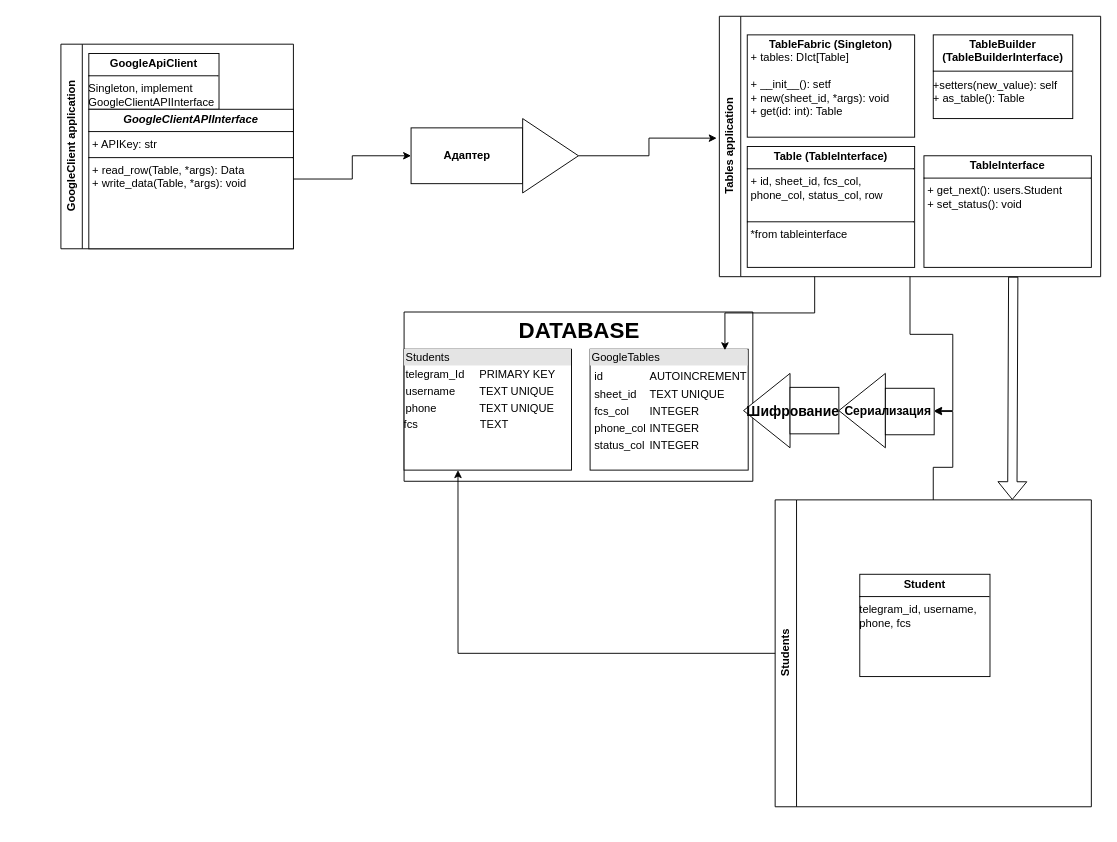
Before: Диаграмма без названия.drawio in 1Corporation/CodeFuturePhonesBank, a draw.io diagram. Source tidied: cells renumbered, new cells numbered last; positions are measured from the earlier drawing's top-left corner, leaving out a move shared by most shapes. Both pictures are drawn from the tidied source at 93%, with x=0, y=0 at pixel (60, 16).
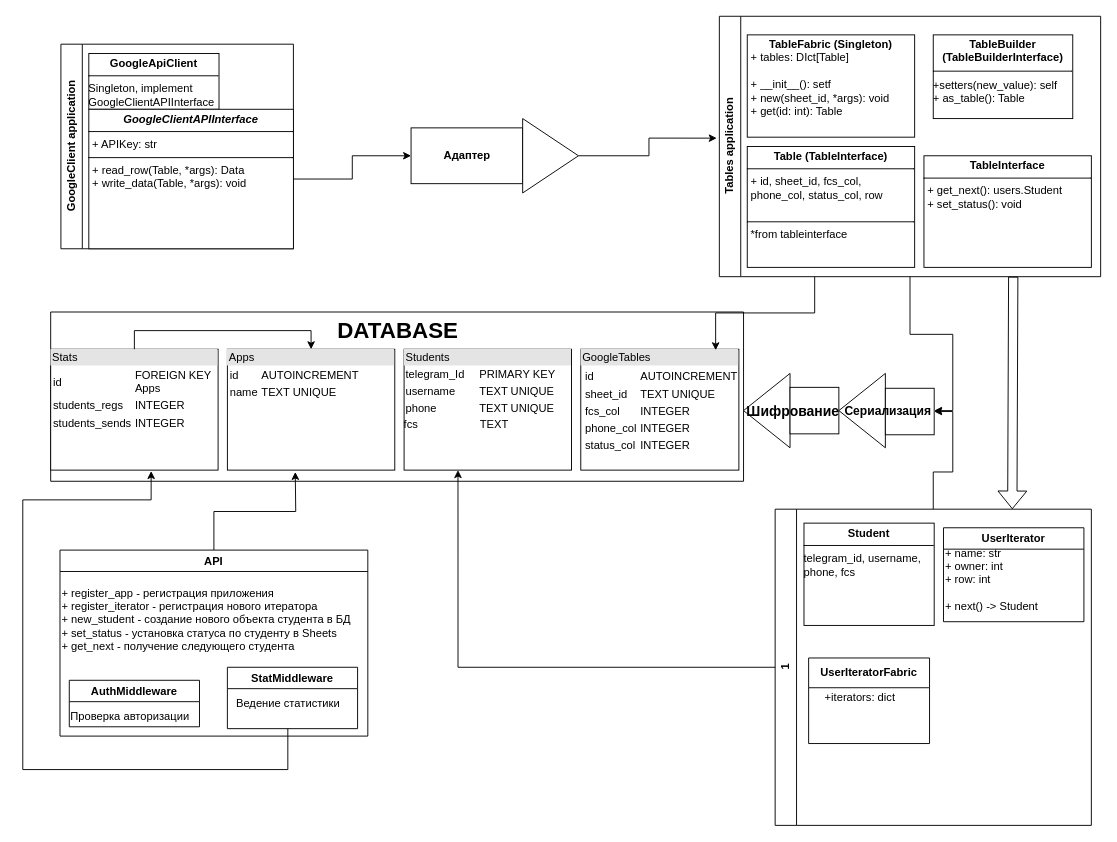
Above is the later version.

Change to the diagram source:
```diff
@@
     <mxCell id="2" style="swimlane;startSize=0;fontSize=17;" parent="1" vertex="1">
-      <mxGeometry x="369" y="318" width="375" height="182" as="geometry" />
+      <mxGeometry x="-11" y="318" width="745" height="182" as="geometry" />
     </mxCell>
     <mxCell id="3" value="&lt;b&gt;&lt;font style=&quot;font-size: 24px;&quot;&gt;DATABASE&lt;/font&gt;&lt;/b&gt;" style="text;html=1;align=center;verticalAlign=middle;strokeColor=none;fillColor=none;" parent="2" vertex="1">
-      <mxGeometry x="112.5" width="150" height="40" as="geometry" />
+      <mxGeometry x="297.5" width="150" height="40" as="geometry" />
     </mxCell>
     <mxCell id="4" value="&lt;div style=&quot;box-sizing:border-box;width:100%;background:#e4e4e4;padding:2px;&quot;&gt;Students&lt;/div&gt;&lt;table style=&quot;width:100%;font-size:1em;&quot; cellpadding=&quot;2&quot; cellspacing=&quot;0&quot;&gt;&lt;tbody&gt;&lt;tr&gt;&lt;td&gt;telegram_Id&lt;/td&gt;&lt;td&gt;PRIMARY KEY&lt;/td&gt;&lt;/tr&gt;&lt;tr&gt;&lt;td&gt;username&lt;/td&gt;&lt;td&gt;TEXT UNIQUE&lt;/td&gt;&lt;/tr&gt;&lt;tr&gt;&lt;td&gt;phone&lt;/td&gt;&lt;td&gt;TEXT UNIQUE&lt;br&gt;&lt;/td&gt;&lt;/tr&gt;&lt;/tbody&gt;&lt;/table&gt;fcs&amp;nbsp; &amp;nbsp; &amp;nbsp; &amp;nbsp; &amp;nbsp; &amp;nbsp; &amp;nbsp; &amp;nbsp; &amp;nbsp; &amp;nbsp; TEXT" style="verticalAlign=top;align=left;overflow=fill;html=1;whiteSpace=wrap;" parent="2" vertex="1">
-      <mxGeometry y="40" width="180" height="130" as="geometry" />
+      <mxGeometry x="380" y="40" width="180" height="130" as="geometry" />
     </mxCell>
     <mxCell id="5" value="&lt;div style=&quot;box-sizing:border-box;width:100%;background:#e4e4e4;padding:2px;&quot;&gt;GoogleTables&lt;/div&gt;&lt;table style=&quot;width:100%;font-size:1em;&quot; cellpadding=&quot;2&quot; cellspacing=&quot;0&quot;&gt;&lt;tbody&gt;&lt;tr&gt;&lt;td&gt;&lt;table&gt;&lt;tbody&gt;&lt;tr&gt;&lt;td&gt;id&lt;/td&gt;&lt;td&gt;AUTOINCREMENT&lt;/td&gt;&lt;/tr&gt;&lt;tr&gt;&lt;td&gt;sheet_id&lt;/td&gt;&lt;td&gt;TEXT UNIQUE&lt;/td&gt;&lt;/tr&gt;&lt;tr&gt;&lt;td&gt;fcs_col&lt;/td&gt;&lt;td&gt;INTEGER&lt;/td&gt;&lt;/tr&gt;&lt;tr&gt;&lt;td&gt;phone_col&lt;/td&gt;&lt;td&gt;INTEGER&lt;/td&gt;&lt;/tr&gt;&lt;tr&gt;&lt;td&gt;status_col&lt;/td&gt;&lt;td&gt;INTEGER&lt;/td&gt;&lt;/tr&gt;&lt;/tbody&gt;&lt;/table&gt;&lt;br&gt;&lt;/td&gt;&lt;td&gt;&lt;/td&gt;&lt;/tr&gt;&lt;tr&gt;&lt;td&gt;&lt;/td&gt;&lt;td&gt;&lt;br&gt;&lt;/td&gt;&lt;/tr&gt;&lt;/tbody&gt;&lt;/table&gt;" style="verticalAlign=top;align=left;overflow=fill;html=1;whiteSpace=wrap;" parent="2" vertex="1">
-      <mxGeometry x="200" y="40" width="170" height="130" as="geometry" />
+      <mxGeometry x="570" y="40" width="170" height="130" as="geometry" />
     </mxCell>
+    <mxCell id="33" value="&lt;div style=&quot;box-sizing:border-box;width:100%;background:#e4e4e4;padding:2px;&quot;&gt;Apps&lt;/div&gt;&lt;table&gt;&lt;tbody&gt;&lt;tr&gt;&lt;td&gt;id&lt;/td&gt;&lt;td&gt;AUTOINCREMENT&lt;/td&gt;&lt;/tr&gt;&lt;tr&gt;&lt;td&gt;name&lt;/td&gt;&lt;td&gt;TEXT UNIQUE&lt;/td&gt;&lt;/tr&gt;&lt;/tbody&gt;&lt;/table&gt;" style="verticalAlign=top;align=left;overflow=fill;html=1;whiteSpace=wrap;" parent="2" vertex="1">
+      <mxGeometry x="190" y="40" width="180" height="130" as="geometry" />
+    </mxCell>
+    <mxCell id="34" value="&lt;div style=&quot;box-sizing:border-box;width:100%;background:#e4e4e4;padding:2px;&quot;&gt;Stats&lt;/div&gt;&lt;table&gt;&lt;tbody&gt;&lt;tr&gt;&lt;td&gt;id&lt;/td&gt;&lt;td&gt;FOREIGN KEY Apps&lt;/td&gt;&lt;/tr&gt;&lt;tr&gt;&lt;td&gt;students_regs&lt;/td&gt;&lt;td&gt;INTEGER&lt;/td&gt;&lt;/tr&gt;&lt;tr&gt;&lt;td&gt;students_sends&lt;/td&gt;&lt;td&gt;INTEGER&lt;/td&gt;&lt;/tr&gt;&lt;/tbody&gt;&lt;/table&gt;" style="verticalAlign=top;align=left;overflow=fill;html=1;whiteSpace=wrap;" parent="2" vertex="1">
+      <mxGeometry y="40" width="180" height="130" as="geometry" />
+    </mxCell>
+    <mxCell id="35" style="edgeStyle=orthogonalEdgeStyle;rounded=0;jettySize=auto;html=1;entryX=0.5;entryY=0;entryDx=0;entryDy=0;exitX=0.5;exitY=0;exitDx=0;exitDy=0;" parent="2" edge="1" source="34" target="33">
+      <mxGeometry relative="1" as="geometry" />
+    </mxCell>
+    <mxCell id="36" value="&lt;div&gt;&lt;br&gt;&lt;/div&gt;" style="text;html=1;align=center;verticalAlign=middle;strokeColor=none;fillColor=none;" parent="2" vertex="1">
+      <mxGeometry x="60" y="135" width="20" height="30" as="geometry" />
+    </mxCell>
@@
-    <mxCell id="29" value="Students" style="swimlane;horizontal=0;whiteSpace=wrap;html=1;" parent="1" vertex="1">
-      <mxGeometry x="768" y="520" width="340" height="330" as="geometry" />
+    <mxCell id="29" value="1" style="swimlane;horizontal=0;whiteSpace=wrap;html=1;" parent="1" vertex="1">
+      <mxGeometry x="768" y="530" width="340" height="340" as="geometry" />
     </mxCell>
     <mxCell id="30" value="&lt;p style=&quot;margin:0px;margin-top:4px;text-align:center;&quot;&gt;&lt;b&gt;Student&lt;/b&gt;&lt;/p&gt;&lt;hr size=&quot;1&quot; style=&quot;border-style:solid;&quot;&gt;telegram_id, username, phone, fcs" style="verticalAlign=top;align=left;overflow=fill;html=1;whiteSpace=wrap;" parent="29" vertex="1">
-      <mxGeometry x="91" y="80" width="140" height="110" as="geometry" />
+      <mxGeometry x="31" y="15" width="140" height="110" as="geometry" />
     </mxCell>
+    <mxCell id="37" value="UserIterator" style="swimlane;whiteSpace=wrap;html=1;" parent="29" vertex="1">
+      <mxGeometry x="181" y="20" width="151" height="101" as="geometry" />
+    </mxCell>
+    <mxCell id="38" value="+ name: str&lt;div&gt;+ owner: int&lt;/div&gt;&lt;div&gt;+ row: int&lt;/div&gt;&lt;div&gt;&lt;br&gt;&lt;/div&gt;&lt;div&gt;+ next() -&amp;gt; Student&lt;/div&gt;" style="text;html=1;align=left;verticalAlign=middle;strokeColor=none;fillColor=none;" parent="37" vertex="1">
+      <mxGeometry y="11" width="120" height="90" as="geometry" />
+    </mxCell>
+    <mxCell id="39" value="UserIteratorFabric" style="swimlane;whiteSpace=wrap;html=1;startSize=32;" parent="29" vertex="1" collapsed="1">
+      <mxGeometry x="36" y="160" width="130" height="92" as="geometry" />
+    </mxCell>
@@
+    <mxCell id="40" style="edgeStyle=orthogonalEdgeStyle;rounded=0;jettySize=auto;html=1;entryX=0.461;entryY=0.985;entryDx=0;entryDy=0;entryPerimeter=0;" parent="1" edge="1" source="41">
+      <mxGeometry relative="1" as="geometry">
+        <mxPoint x="252" y="490" as="targetPoint" />
+      </mxGeometry>
+    </mxCell>
+    <mxCell id="41" value="API" style="swimlane;whiteSpace=wrap;html=1;" parent="1" vertex="1">
+      <mxGeometry x="-1" y="574" width="331" height="200" as="geometry" />
+    </mxCell>
+    <mxCell id="42" value="&lt;div&gt;+ register_app - регистрация приложения&lt;br&gt;+ register_iterator - регистрация нового итератора&lt;br&gt;+ new_student - создание нового объекта студента в БД&lt;/div&gt;&lt;div&gt;+ set_status - установка статуса по студенту в Sheets&lt;/div&gt;+ get_next - получение следующего студента&amp;nbsp;" style="text;html=1;align=left;verticalAlign=middle;strokeColor=none;fillColor=none;" parent="41" vertex="1">
+      <mxGeometry y="30" width="330" height="90" as="geometry" />
+    </mxCell>
+    <mxCell id="43" value="AuthMiddleware" style="swimlane;whiteSpace=wrap;html=1;" parent="41" vertex="1">
+      <mxGeometry x="10" y="140" width="140" height="50" as="geometry" />
+    </mxCell>
+    <mxCell id="44" value="Проверка авторизации&lt;div&gt;&lt;br&gt;&lt;/div&gt;" style="text;html=1;align=center;verticalAlign=middle;strokeColor=none;fillColor=none;" parent="43" vertex="1">
+      <mxGeometry x="-10" y="26" width="150" height="40" as="geometry" />
+    </mxCell>
+    <mxCell id="45" value="StatMiddleware" style="swimlane;whiteSpace=wrap;html=1;" parent="41" vertex="1">
+      <mxGeometry x="180" y="126" width="140" height="66" as="geometry" />
+    </mxCell>
+    <mxCell id="46" value="&lt;div&gt;Ведение статистики&lt;/div&gt;&lt;div&gt;&lt;br&gt;&lt;/div&gt;" style="text;html=1;align=center;verticalAlign=middle;points=[];strokeColor=none;fillColor=none;" parent="45" vertex="1">
+      <mxGeometry x="-5" y="26" width="140" height="40" as="geometry" />
+    </mxCell>
+    <mxCell id="47" value="+iterators: dict" style="text;html=1;align=center;verticalAlign=middle;strokeColor=none;fillColor=none;" parent="1" vertex="1">
+      <mxGeometry x="809" y="718" width="100" height="30" as="geometry" />
+    </mxCell>
+    <mxCell id="48" style="edgeStyle=orthogonalEdgeStyle;rounded=0;jettySize=auto;html=1;entryX=0.6;entryY=1.008;entryDx=0;entryDy=0;entryPerimeter=0;" parent="1" edge="1" source="46" target="34">
+      <mxGeometry relative="1" as="geometry">
+        <Array as="points">
+          <mxPoint x="244" y="810" />
+          <mxPoint x="-41" y="810" />
+          <mxPoint x="-41" y="520" />
+          <mxPoint x="97" y="520" />
+        </Array>
+      </mxGeometry>
+    </mxCell>
```
